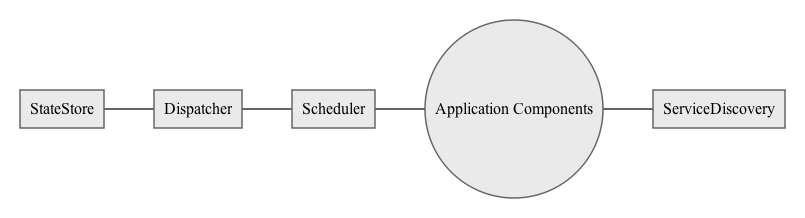
This is core.mermaid.png from asbjornenge/dux, a Mermaid export, as it was before one commit. Its source is kept beside it as core.mermaid. Its diagram source:
```mermaid
graph LR;

	StateStore;
	Dispatcher;
	Scheduler;
	ServiceDiscovery;
	Applications((Application Components));

	StateStore --> Dispatcher
	Dispatcher --> Scheduler
	Scheduler --> Applications
	Applications --> ServiceDiscovery
```
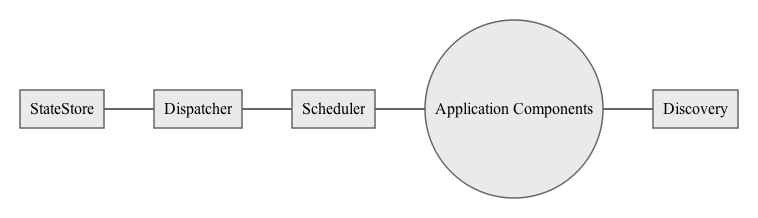
The same file after the commit.

The edit, as a diff of the source:
```diff
@@ -3,10 +3,10 @@
 	StateStore;
 	Dispatcher;
 	Scheduler;
-	ServiceDiscovery;
+	Discovery;
 	Applications((Application Components));
 
 	StateStore --> Dispatcher
 	Dispatcher --> Scheduler
 	Scheduler --> Applications
-	Applications --> ServiceDiscovery
+	Applications --> Discovery
```
